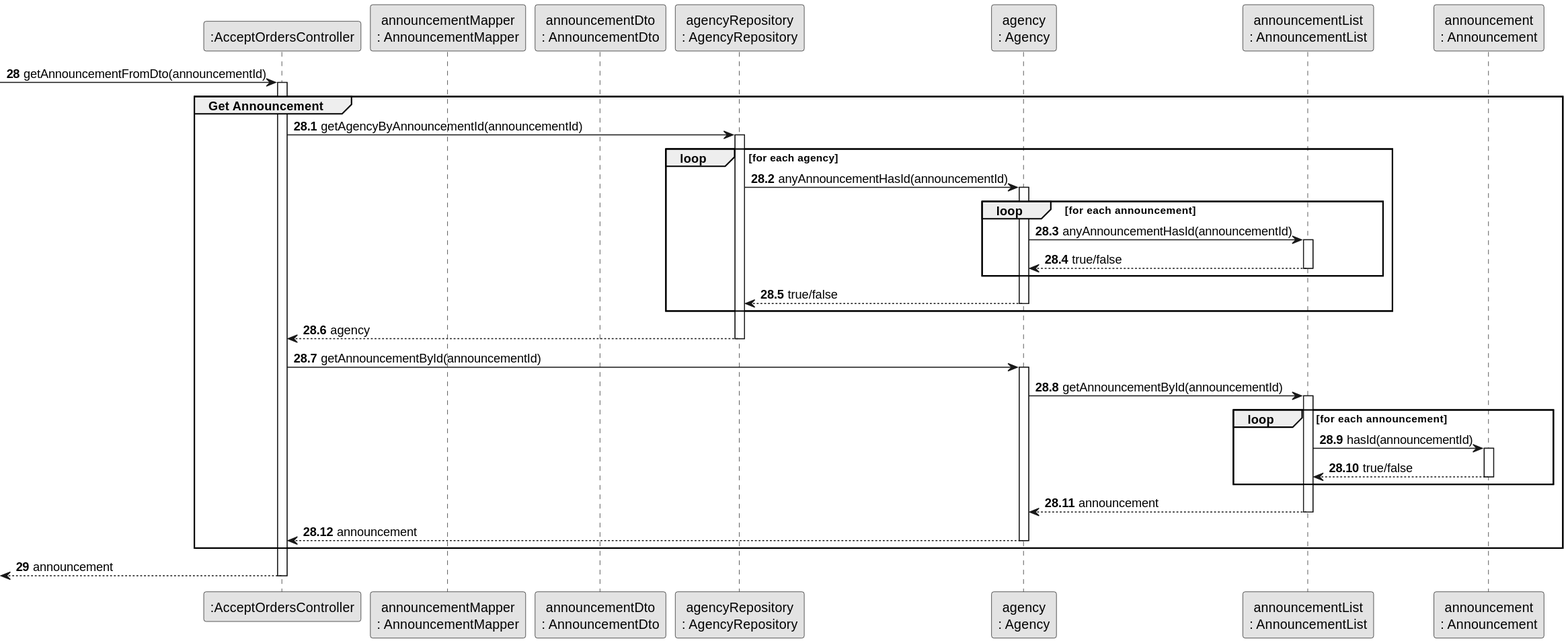
This is docs/sprintC/us011/03.design/svg/us011-sequence-diagram-partial-get-announcement.svg from rita-barbosa/LAPR2-2223, a PlantUML export, as it was before one commit.
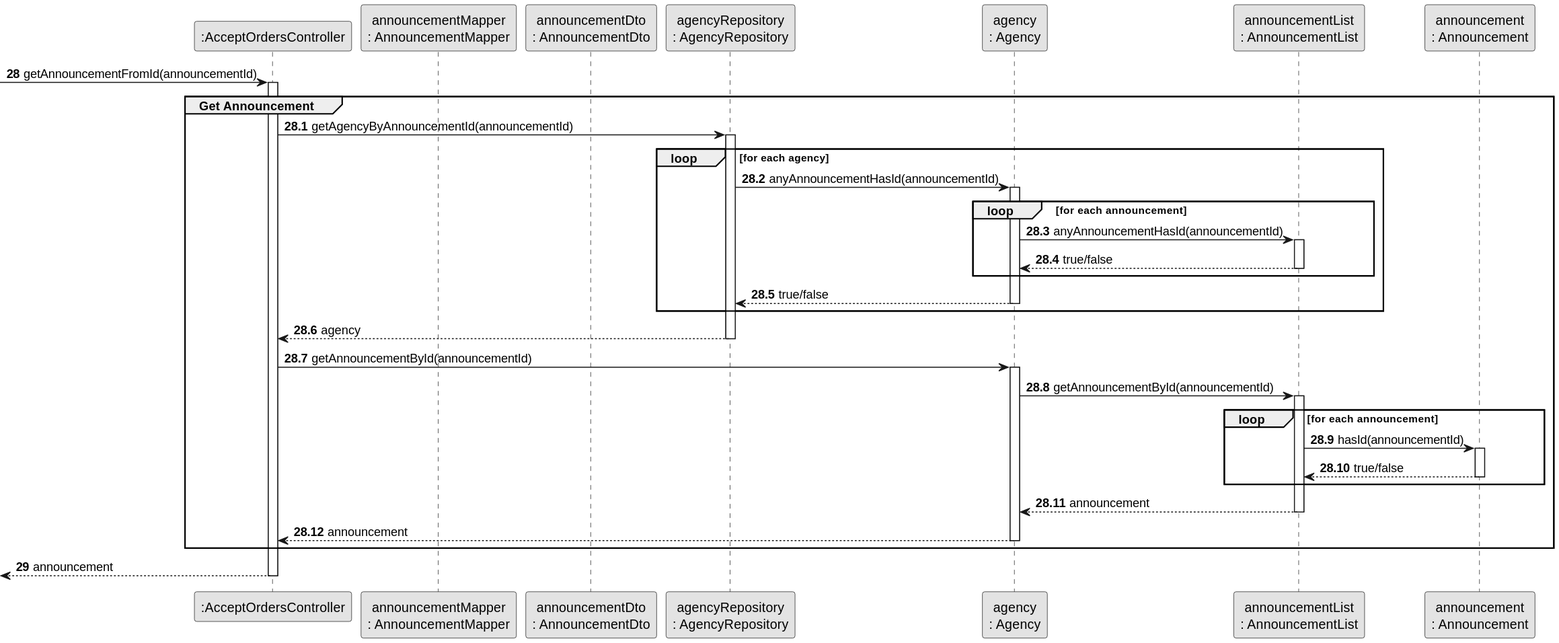
Later version of the same file.

Commit message:
Update Sequence & Class diagram: final alterations [US011][Design][#01 & #05 Task]

Diff of the diagram source:
```diff
@@ -13,7 +13,7 @@
 participant "announcement\n: Announcement" as Announce
 
 autonumber 28
-    -> CTRL: getAnnouncementFromDto(announcementId)
+    -> CTRL: getAnnouncementFromId(announcementId)
     activate CTRL
 group Get Announcement
 autonumber 28.1
```
